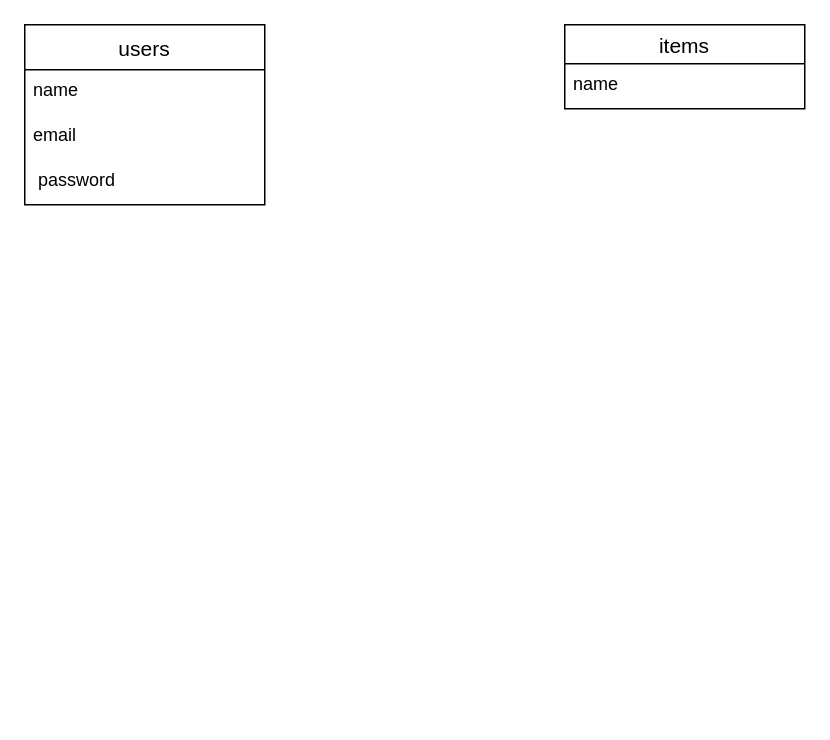
ts-0105/furima-40122 keeps this draw.io diagram as db.dio. Above is the earlier version. Source tidied: cells renumbered, new cells numbered last; positions are measured from the earlier drawing's top-left corner, leaving out a move shared by most shapes. Both pictures are drawn from the tidied source at 150%, with x=0, y=0 at pixel (24, 24).
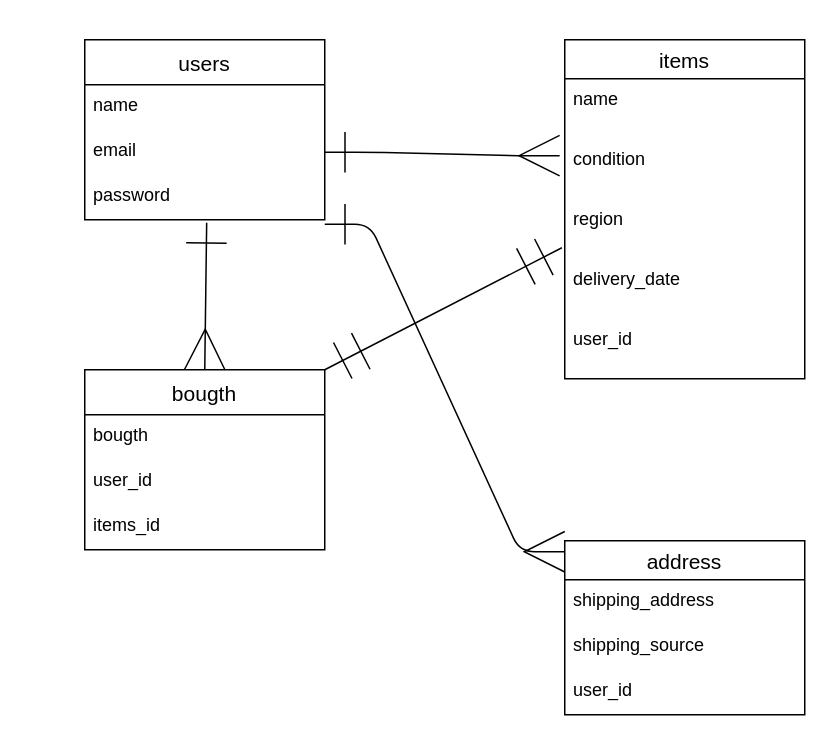
Above is the later version.

The change refers to these unchanged cells:
```xml
<mxCell id="4" value="email" style="text;strokeColor=none;fillColor=none;spacingLeft=4;spacingRight=4;overflow=hidden;points=[[0,0.5],[1,0.5]];portConstraint=eastwest;fontSize=12;" parent="2" vertex="1">
  <mxGeometry y="60" width="160" height="30" as="geometry" />
</mxCell>
```

The edit, as a diff of the source:
```diff
@@
     <mxCell id="2" value="users" style="swimlane;fontStyle=0;horizontal=1;startSize=30;align=center;fontSize=14;" parent="1" vertex="1">
-      <mxGeometry width="160" height="120" as="geometry" />
+      <mxGeometry x="40" y="10" width="160" height="120" as="geometry" />
     </mxCell>
@@
-    <mxCell id="5" value=" password" style="text;strokeColor=none;fillColor=none;spacingLeft=4;spacingRight=4;overflow=hidden;points=[[0,0.5],[1,0.5]];portConstraint=eastwest;fontSize=12;" parent="2" vertex="1">
+    <mxCell id="5" value="password" style="text;strokeColor=none;fillColor=none;spacingLeft=4;spacingRight=4;overflow=hidden;points=[[0,0.5],[1,0.5]];portConstraint=eastwest;fontSize=12;" parent="2" vertex="1">
       <mxGeometry y="90" width="160" height="30" as="geometry" />
     </mxCell>
     <mxCell id="6" value="items" style="swimlane;fontStyle=0;horizontal=1;startSize=26;align=center;fontSize=14;" parent="1" vertex="1">
-      <mxGeometry x="360" width="160" height="56" as="geometry" />
+      <mxGeometry x="360" y="10" width="160" height="226" as="geometry" />
     </mxCell>
     <mxCell id="7" value="name" style="text;strokeColor=none;fillColor=none;spacingLeft=4;spacingRight=4;overflow=hidden;fontSize=12;" parent="6" vertex="1">
-      <mxGeometry y="26" width="160" height="30" as="geometry" />
+      <mxGeometry y="26" width="160" height="40" as="geometry" />
     </mxCell>
+    <mxCell id="8" value="condition" style="text;strokeColor=none;fillColor=none;spacingLeft=4;spacingRight=4;overflow=hidden;fontSize=12;" parent="6" vertex="1">
+      <mxGeometry y="66" width="160" height="40" as="geometry" />
+    </mxCell>
+    <mxCell id="9" value="region" style="text;strokeColor=none;fillColor=none;spacingLeft=4;spacingRight=4;overflow=hidden;points=[[0,0.5],[1,0.5]];portConstraint=eastwest;fontSize=12;" parent="6" vertex="1">
+      <mxGeometry y="106" width="160" height="40" as="geometry" />
+    </mxCell>
+    <mxCell id="10" value="delivery_date" style="text;strokeColor=none;fillColor=none;spacingLeft=4;spacingRight=4;overflow=hidden;fontSize=12;" parent="6" vertex="1">
+      <mxGeometry y="146" width="160" height="40" as="geometry" />
+    </mxCell>
+    <mxCell id="11" value="user_id" style="text;strokeColor=none;fillColor=none;spacingLeft=4;spacingRight=4;overflow=hidden;fontSize=12;" parent="6" vertex="1">
+      <mxGeometry y="186" width="160" height="40" as="geometry" />
+    </mxCell>
+    <mxCell id="12" value="bougth" style="swimlane;fontStyle=0;horizontal=1;startSize=30;align=center;fontSize=14;" parent="1" vertex="1">
+      <mxGeometry x="40" y="230" width="160" height="120" as="geometry" />
+    </mxCell>
+    <mxCell id="13" value="bougth" style="text;strokeColor=none;fillColor=none;spacingLeft=4;spacingRight=4;overflow=hidden;fontSize=12;" parent="12" vertex="1">
+      <mxGeometry y="30" width="160" height="30" as="geometry" />
+    </mxCell>
+    <mxCell id="14" value="user_id" style="text;strokeColor=none;fillColor=none;spacingLeft=4;spacingRight=4;overflow=hidden;fontSize=12;" parent="12" vertex="1">
+      <mxGeometry y="60" width="160" height="30" as="geometry" />
+    </mxCell>
+    <mxCell id="15" value="items_id" style="text;strokeColor=none;fillColor=none;spacingLeft=4;spacingRight=4;overflow=hidden;fontSize=12;" parent="12" vertex="1">
+      <mxGeometry y="90" width="160" height="30" as="geometry" />
+    </mxCell>
+    <mxCell id="16" value="address" style="swimlane;fontStyle=0;horizontal=1;startSize=26;align=center;fontSize=14;" parent="1" vertex="1">
+      <mxGeometry x="360" y="344" width="160" height="116" as="geometry" />
+    </mxCell>
+    <mxCell id="17" value="shipping_address" style="text;strokeColor=none;fillColor=none;spacingLeft=4;spacingRight=4;overflow=hidden;fontSize=12;" parent="16" vertex="1">
+      <mxGeometry y="26" width="160" height="30" as="geometry" />
+    </mxCell>
+    <mxCell id="18" value="shipping_source" style="text;strokeColor=none;fillColor=none;spacingLeft=4;spacingRight=4;overflow=hidden;fontSize=12;" parent="16" vertex="1">
+      <mxGeometry y="56" width="160" height="30" as="geometry" />
+    </mxCell>
+    <mxCell id="19" value="user_id" style="text;strokeColor=none;fillColor=none;spacingLeft=4;spacingRight=4;overflow=hidden;fontSize=12;" parent="16" vertex="1">
+      <mxGeometry y="86" width="160" height="30" as="geometry" />
+    </mxCell>
+    <mxCell id="20" style="edgeStyle=entityRelationEdgeStyle;fontSize=12;html=1;endArrow=ERmany;strokeColor=default;exitX=1;exitY=0.5;exitDx=0;exitDy=0;strokeWidth=1;targetPerimeterSpacing=0;startSize=25;endSize=25;startArrow=ERone;startFill=0;entryX=-0.021;entryY=0.283;entryDx=0;entryDy=0;entryPerimeter=0;" parent="1" edge="1" source="4">
+      <mxGeometry relative="1" as="geometry">
+        <mxPoint x="356.6" y="87.3" as="targetPoint" />
+      </mxGeometry>
+    </mxCell>
+    <mxCell id="21" style="fontSize=12;html=1;endArrow=ERmany;strokeColor=default;exitX=0.508;exitY=1.067;exitDx=0;exitDy=0;strokeWidth=1;targetPerimeterSpacing=0;startSize=25;endSize=25;startArrow=ERone;startFill=0;exitPerimeter=0;entryX=0.5;entryY=0;entryDx=0;entryDy=0;" parent="1" edge="1" source="5" target="12">
+      <mxGeometry relative="1" as="geometry" />
+    </mxCell>
+    <mxCell id="22" style="fontSize=12;html=1;endArrow=ERmandOne;startArrow=ERmandOne;strokeColor=default;strokeWidth=1;startSize=25;endSize=25;sourcePerimeterSpacing=9;targetPerimeterSpacing=10;jumpStyle=arc;exitX=1;exitY=0;exitDx=0;exitDy=0;entryX=-0.012;entryY=0.817;entryDx=0;entryDy=0;entryPerimeter=0;" parent="1" edge="1" source="12" target="9">
+      <mxGeometry relative="1" as="geometry" />
+    </mxCell>
+    <mxCell id="23" style="edgeStyle=entityRelationEdgeStyle;fontSize=12;html=1;endArrow=ERmany;strokeColor=default;strokeWidth=1;targetPerimeterSpacing=0;startSize=25;endSize=25;startArrow=ERone;startFill=0;entryX=0;entryY=0.063;entryDx=0;entryDy=0;entryPerimeter=0;" parent="1" edge="1" target="16">
+      <mxGeometry relative="1" as="geometry">
+        <mxPoint x="200" y="133" as="sourcePoint" />
+      </mxGeometry>
+    </mxCell>
```
